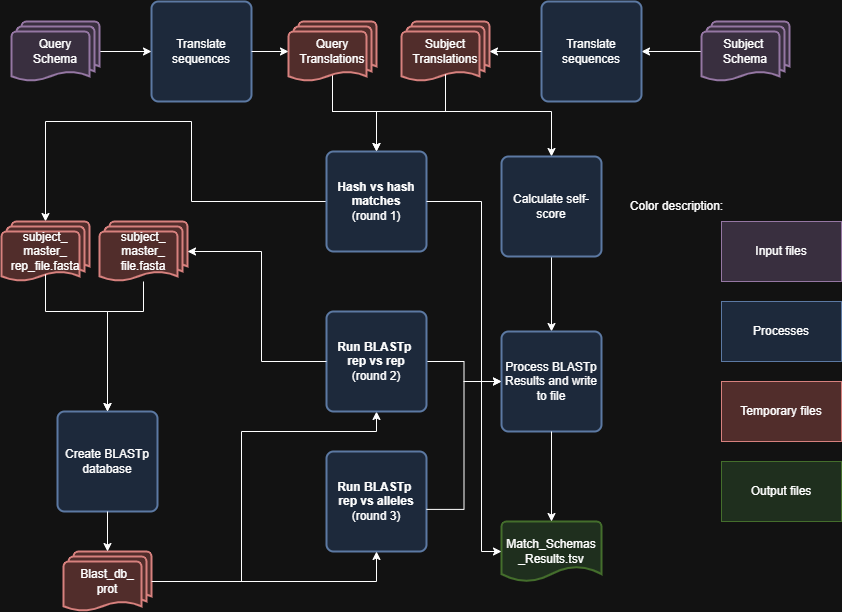
Earlier version of the draw.io export SchemaRefinery/docs/SchemaRefinery/Modules/source/match_schemas.png (B-UMMI/Schema_Refinery). Source tidied: cells renumbered, new cells last; positions are measured from the earlier drawing's top-left corner, leaving out a move shared by most shapes.
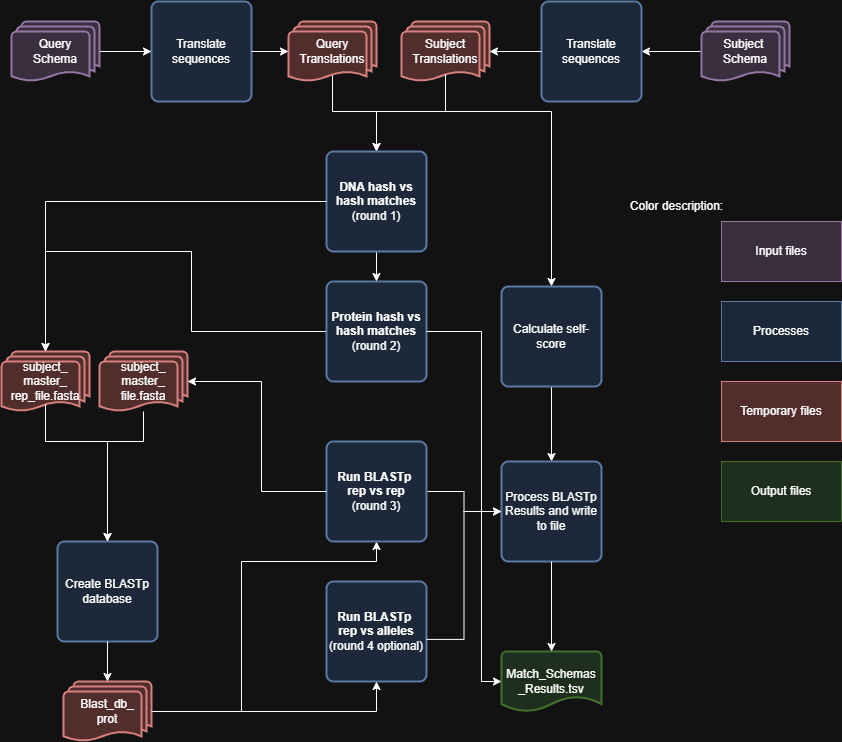
Later version of the same file.

Commit message:
Fix (matchschemas): Fixed error where matches of the same query in different processes weren't written down.

Change to the diagram source:
```diff
@@ -17,11 +17,12 @@
     <mxCell id="6" value="Subject&amp;nbsp;&lt;div&gt;Schema&lt;/div&gt;" style="strokeWidth=2;html=1;shape=mxgraph.flowchart.multi-document;whiteSpace=wrap;fillColor=#e1d5e7;strokeColor=#9673a6;" parent="1" vertex="1">
       <mxGeometry x="700" y="20" width="88" height="60" as="geometry" />
     </mxCell>
-    <mxCell id="7" style="edgeStyle=orthogonalEdgeStyle;rounded=0;jettySize=auto;html=1;entryX=0.5;entryY=0;entryDx=0;entryDy=0;exitX=0.5;exitY=0.88;exitDx=0;exitDy=0;exitPerimeter=0;" parent="1" edge="1" source="9" target="33">
+    <mxCell id="7" style="edgeStyle=orthogonalEdgeStyle;rounded=0;jettySize=auto;html=1;entryX=0.5;entryY=0;entryDx=0;entryDy=0;exitX=0.5;exitY=0.88;exitDx=0;exitDy=0;exitPerimeter=0;" parent="1" edge="1" source="9" target="43">
       <mxGeometry relative="1" as="geometry">
         <Array as="points">
           <mxPoint x="331" y="110" />
           <mxPoint x="375" y="110" />
+          <mxPoint x="375" y="140" />
         </Array>
       </mxGeometry>
     </mxCell>
@@ -43,34 +44,34 @@
       <mxGeometry relative="1" as="geometry" />
     </mxCell>
     <mxCell id="12" value="Calculate self-score" style="rounded=1;whiteSpace=wrap;html=1;absoluteArcSize=1;arcSize=14;strokeWidth=2;fillColor=#dae8fc;strokeColor=#6c8ebf;" parent="1" vertex="1">
-      <mxGeometry x="500" y="155" width="100" height="100" as="geometry" />
+      <mxGeometry x="500" y="285" width="100" height="100" as="geometry" />
     </mxCell>
     <mxCell id="13" value="Create BLASTp database" style="rounded=1;whiteSpace=wrap;html=1;absoluteArcSize=1;arcSize=14;strokeWidth=2;fillColor=#dae8fc;strokeColor=#6c8ebf;" parent="1" vertex="1">
-      <mxGeometry x="56" y="410" width="100" height="100" as="geometry" />
+      <mxGeometry x="56" y="540" width="100" height="100" as="geometry" />
     </mxCell>
     <mxCell id="14" style="edgeStyle=orthogonalEdgeStyle;rounded=0;jettySize=auto;html=1;entryX=0.5;entryY=1;entryDx=0;entryDy=0;" parent="1" edge="1" source="15" target="17">
       <mxGeometry relative="1" as="geometry">
         <Array as="points">
-          <mxPoint x="240" y="580" />
-          <mxPoint x="240" y="430" />
-          <mxPoint x="375" y="430" />
+          <mxPoint x="240" y="710" />
+          <mxPoint x="240" y="560" />
+          <mxPoint x="375" y="560" />
         </Array>
       </mxGeometry>
     </mxCell>
     <mxCell id="15" value="Blast_db_&lt;div&gt;prot&lt;/div&gt;" style="strokeWidth=2;html=1;shape=mxgraph.flowchart.multi-document;whiteSpace=wrap;fillColor=#f8cecc;strokeColor=#b85450;" parent="1" vertex="1">
-      <mxGeometry x="62" y="550" width="88" height="60" as="geometry" />
+      <mxGeometry x="62" y="680" width="88" height="60" as="geometry" />
     </mxCell>
     <mxCell id="16" style="edgeStyle=orthogonalEdgeStyle;rounded=0;jettySize=auto;html=1;entryX=0;entryY=0.5;entryDx=0;entryDy=0;" parent="1" edge="1" source="17" target="18">
       <mxGeometry relative="1" as="geometry" />
     </mxCell>
-    <mxCell id="17" value="Run BLASTp&amp;nbsp;&lt;div&gt;rep vs rep&lt;div&gt;&lt;span style=&quot;font-weight: 400;&quot;&gt;(round 2)&lt;/span&gt;&lt;/div&gt;&lt;/div&gt;" style="rounded=1;whiteSpace=wrap;html=1;absoluteArcSize=1;arcSize=14;strokeWidth=2;fillColor=#dae8fc;strokeColor=#6c8ebf;fontStyle=1;" parent="1" vertex="1">
-      <mxGeometry x="325" y="310" width="100" height="100" as="geometry" />
+    <mxCell id="17" value="Run BLASTp&amp;nbsp;&lt;div&gt;rep vs rep&lt;div&gt;&lt;span style=&quot;font-weight: 400;&quot;&gt;(round 3)&lt;/span&gt;&lt;/div&gt;&lt;/div&gt;" style="rounded=1;whiteSpace=wrap;html=1;absoluteArcSize=1;arcSize=14;strokeWidth=2;fillColor=#dae8fc;strokeColor=#6c8ebf;fontStyle=1;" parent="1" vertex="1">
+      <mxGeometry x="325" y="440" width="100" height="100" as="geometry" />
     </mxCell>
     <mxCell id="18" value="Process BLASTp Results and write to file" style="rounded=1;whiteSpace=wrap;html=1;absoluteArcSize=1;arcSize=14;strokeWidth=2;fillColor=#dae8fc;strokeColor=#6c8ebf;" parent="1" vertex="1">
-      <mxGeometry x="500" y="330" width="100" height="100" as="geometry" />
+      <mxGeometry x="500" y="460" width="100" height="100" as="geometry" />
     </mxCell>
     <mxCell id="19" value="&lt;span style=&quot;background-color: transparent; color: light-dark(rgb(0, 0, 0), rgb(255, 255, 255));&quot;&gt;Match_Schemas&lt;/span&gt;&lt;div&gt;&lt;span style=&quot;background-color: transparent; color: light-dark(rgb(0, 0, 0), rgb(255, 255, 255));&quot;&gt;_Results.tsv&lt;/span&gt;&lt;/div&gt;" style="strokeWidth=2;html=1;shape=mxgraph.flowchart.document2;whiteSpace=wrap;size=0.25;fillColor=#d5e8d4;strokeColor=#82b366;" parent="1" vertex="1">
-      <mxGeometry x="500" y="520" width="100" height="60" as="geometry" />
+      <mxGeometry x="500" y="650" width="100" height="60" as="geometry" />
     </mxCell>
     <mxCell id="20" value="Translate sequences" style="rounded=1;whiteSpace=wrap;html=1;absoluteArcSize=1;arcSize=14;strokeWidth=2;fillColor=#dae8fc;strokeColor=#6c8ebf;" parent="1" vertex="1">
       <mxGeometry x="540" width="100" height="100" as="geometry" />
@@ -105,52 +106,47 @@
     <mxCell id="30" style="edgeStyle=orthogonalEdgeStyle;rounded=0;jettySize=auto;html=1;entryX=0.5;entryY=0;entryDx=0;entryDy=0;" parent="1" edge="1" source="31" target="13">
       <mxGeometry relative="1" as="geometry">
         <Array as="points">
-          <mxPoint x="142" y="310" />
-          <mxPoint x="106" y="310" />
+          <mxPoint x="142" y="440" />
+          <mxPoint x="106" y="440" />
         </Array>
       </mxGeometry>
     </mxCell>
     <mxCell id="31" value="subject_&lt;div&gt;master_&lt;/div&gt;&lt;div&gt;file.fasta&lt;/div&gt;" style="strokeWidth=2;html=1;shape=mxgraph.flowchart.multi-document;whiteSpace=wrap;fillColor=#f8cecc;strokeColor=#b85450;" parent="1" vertex="1">
-      <mxGeometry x="98" y="220" width="88" height="60" as="geometry" />
+      <mxGeometry x="98" y="350" width="88" height="60" as="geometry" />
     </mxCell>
     <mxCell id="32" style="edgeStyle=orthogonalEdgeStyle;rounded=0;jettySize=auto;html=1;exitX=0;exitY=0.5;exitDx=0;exitDy=0;" parent="1" edge="1" source="33" target="40">
       <mxGeometry relative="1" as="geometry">
         <Array as="points">
-          <mxPoint x="190" y="200" />
-          <mxPoint x="190" y="120" />
-          <mxPoint x="44" y="120" />
+          <mxPoint x="190" y="330" />
+          <mxPoint x="190" y="250" />
+          <mxPoint x="44" y="250" />
         </Array>
       </mxGeometry>
     </mxCell>
-    <mxCell id="33" value="&lt;b&gt;Hash vs hash matches&lt;/b&gt;&lt;div&gt;(round 1)&lt;/div&gt;" style="rounded=1;whiteSpace=wrap;html=1;absoluteArcSize=1;arcSize=14;strokeWidth=2;fillColor=#dae8fc;strokeColor=#6c8ebf;" parent="1" vertex="1">
-      <mxGeometry x="325" y="150" width="100" height="100" as="geometry" />
+    <mxCell id="33" value="&lt;b&gt;Protein hash vs hash matches&lt;/b&gt;&lt;div&gt;(round 2)&lt;/div&gt;" style="rounded=1;whiteSpace=wrap;html=1;absoluteArcSize=1;arcSize=14;strokeWidth=2;fillColor=#dae8fc;strokeColor=#6c8ebf;" parent="1" vertex="1">
+      <mxGeometry x="325" y="280" width="100" height="100" as="geometry" />
     </mxCell>
-    <mxCell id="34" style="edgeStyle=orthogonalEdgeStyle;rounded=0;jettySize=auto;html=1;exitX=0.5;exitY=0.88;exitDx=0;exitDy=0;exitPerimeter=0;entryX=0.5;entryY=0;entryDx=0;entryDy=0;" parent="1" edge="1" source="10" target="33">
-      <mxGeometry relative="1" as="geometry">
-        <Array as="points">
-          <mxPoint x="444" y="110" />
-          <mxPoint x="375" y="110" />
-        </Array>
-      </mxGeometry>
+    <mxCell id="34" style="edgeStyle=orthogonalEdgeStyle;rounded=0;jettySize=auto;html=1;exitX=0.5;exitY=1;exitDx=0;exitDy=0;entryX=0.5;entryY=0;entryDx=0;entryDy=0;" parent="1" edge="1" source="43" target="33">
+      <mxGeometry relative="1" as="geometry" />
     </mxCell>
     <mxCell id="35" style="edgeStyle=orthogonalEdgeStyle;rounded=0;jettySize=auto;html=1;entryX=0;entryY=0.5;entryDx=0;entryDy=0;entryPerimeter=0;exitX=1;exitY=0.5;exitDx=0;exitDy=0;" parent="1" edge="1" source="33" target="19">
       <mxGeometry relative="1" as="geometry">
         <Array as="points">
-          <mxPoint x="480" y="200" />
-          <mxPoint x="480" y="550" />
+          <mxPoint x="480" y="330" />
+          <mxPoint x="480" y="680" />
         </Array>
       </mxGeometry>
     </mxCell>
     <mxCell id="36" style="edgeStyle=orthogonalEdgeStyle;rounded=0;jettySize=auto;html=1;entryX=1;entryY=0.5;entryDx=0;entryDy=0;entryPerimeter=0;exitX=0;exitY=0.5;exitDx=0;exitDy=0;" parent="1" edge="1" source="17" target="31">
       <mxGeometry relative="1" as="geometry">
         <Array as="points">
-          <mxPoint x="260" y="360" />
-          <mxPoint x="260" y="250" />
+          <mxPoint x="260" y="490" />
+          <mxPoint x="260" y="380" />
         </Array>
       </mxGeometry>
     </mxCell>
-    <mxCell id="37" value="Run BLASTp&amp;nbsp;&lt;div&gt;rep vs alleles&lt;div&gt;&lt;span style=&quot;font-weight: 400;&quot;&gt;(round 3)&lt;/span&gt;&lt;/div&gt;&lt;/div&gt;" style="rounded=1;whiteSpace=wrap;html=1;absoluteArcSize=1;arcSize=14;strokeWidth=2;fillColor=#dae8fc;strokeColor=#6c8ebf;fontStyle=1;" parent="1" vertex="1">
-      <mxGeometry x="325" y="450" width="100" height="100" as="geometry" />
+    <mxCell id="37" value="Run BLASTp&amp;nbsp;&lt;div&gt;rep vs alleles&lt;div&gt;&lt;span style=&quot;font-weight: 400;&quot;&gt;(round 4 optional)&lt;/span&gt;&lt;/div&gt;&lt;/div&gt;" style="rounded=1;whiteSpace=wrap;html=1;absoluteArcSize=1;arcSize=14;strokeWidth=2;fillColor=#dae8fc;strokeColor=#6c8ebf;fontStyle=1;" parent="1" vertex="1">
+      <mxGeometry x="325" y="580" width="100" height="100" as="geometry" />
     </mxCell>
     <mxCell id="38" style="edgeStyle=orthogonalEdgeStyle;rounded=0;jettySize=auto;html=1;entryX=0.5;entryY=1;entryDx=0;entryDy=0;exitX=1;exitY=0.5;exitDx=0;exitDy=0;exitPerimeter=0;" parent="1" edge="1" source="15" target="37">
       <mxGeometry relative="1" as="geometry" />
@@ -159,15 +155,32 @@
       <mxGeometry relative="1" as="geometry" />
     </mxCell>
     <mxCell id="40" value="subject_&lt;div&gt;master_&lt;/div&gt;&lt;div&gt;rep_file.fasta&lt;/div&gt;" style="strokeWidth=2;html=1;shape=mxgraph.flowchart.multi-document;whiteSpace=wrap;fillColor=#f8cecc;strokeColor=#b85450;" parent="1" vertex="1">
-      <mxGeometry y="220" width="88" height="60" as="geometry" />
+      <mxGeometry y="350" width="88" height="60" as="geometry" />
     </mxCell>
     <mxCell id="41" style="edgeStyle=orthogonalEdgeStyle;rounded=0;jettySize=auto;html=1;entryX=0.5;entryY=0;entryDx=0;entryDy=0;exitX=0.5;exitY=0.88;exitDx=0;exitDy=0;exitPerimeter=0;" parent="1" edge="1" source="40" target="13">
       <mxGeometry relative="1" as="geometry">
         <Array as="points">
-          <mxPoint x="44" y="310" />
-          <mxPoint x="106" y="310" />
+          <mxPoint x="44" y="440" />
+          <mxPoint x="106" y="440" />
         </Array>
       </mxGeometry>
     </mxCell>
+    <mxCell id="42" style="edgeStyle=orthogonalEdgeStyle;rounded=0;jettySize=auto;html=1;exitX=0.5;exitY=0.88;exitDx=0;exitDy=0;exitPerimeter=0;entryX=0.5;entryY=0;entryDx=0;entryDy=0;" parent="1" edge="1" source="10" target="43">
+      <mxGeometry relative="1" as="geometry">
+        <Array as="points">
+          <mxPoint x="444" y="110" />
+        </Array>
+      </mxGeometry>
+    </mxCell>
+    <mxCell id="43" value="&lt;b&gt;DNA hash vs hash matches&lt;/b&gt;&lt;div&gt;(round 1)&lt;/div&gt;" style="rounded=1;whiteSpace=wrap;html=1;absoluteArcSize=1;arcSize=14;strokeWidth=2;fillColor=#dae8fc;strokeColor=#6c8ebf;" parent="1" vertex="1">
+      <mxGeometry x="325" y="150" width="100" height="100" as="geometry" />
+    </mxCell>
+    <mxCell id="44" style="edgeStyle=orthogonalEdgeStyle;rounded=0;jettySize=auto;html=1;exitX=0;exitY=0.5;exitDx=0;exitDy=0;entryX=0.5;entryY=0;entryDx=0;entryDy=0;entryPerimeter=0;" parent="1" edge="1" source="43" target="40">
+      <mxGeometry relative="1" as="geometry">
+        <Array as="points">
+          <mxPoint x="44" y="200" />
+        </Array>
+      </mxGeometry>
+    </mxCell>
   </root>
 </mxGraphModel>
```
